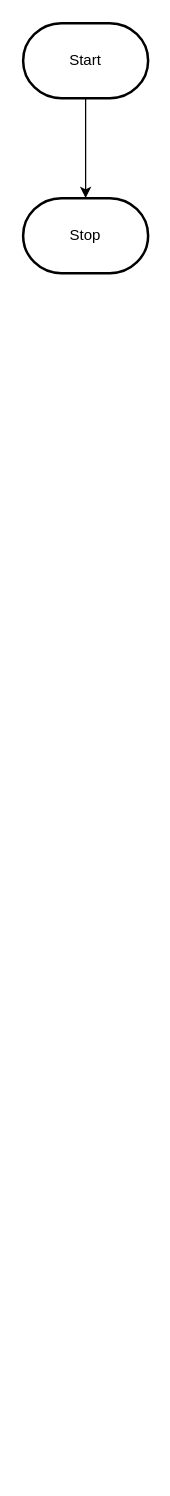
MTHS-TEJ2O-1-2023/TEJ2O-Unit-2-15-Jack-Eddy keeps this draw.io diagram as design/flowchart.drawio. Above is the earlier version. Source tidied: cells renumbered, new cells numbered last; positions are measured from the earlier drawing's top-left corner, leaving out a move shared by most shapes. Both pictures are drawn from the tidied source at 125%, with x=0, y=0 at pixel (22, 22).
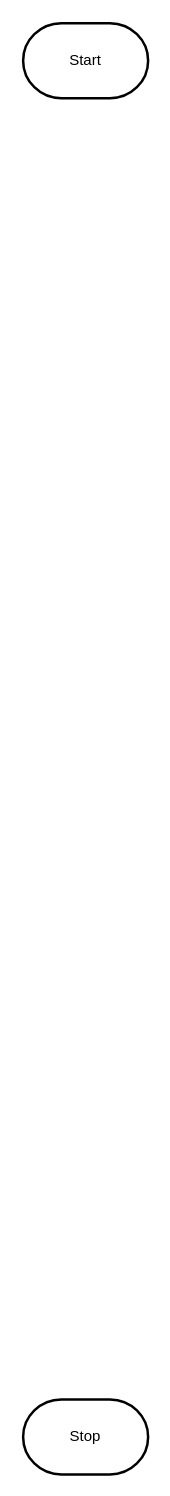
The same diagram, later.

Change to the diagram source:
```diff
@@
 <mxGraphModel>
   <root>
     <mxCell id="0" />
     <mxCell id="1" parent="0" />
-    <mxCell id="2" style="edgeStyle=orthogonalEdgeStyle;html=1;rounded=0;" parent="1" edge="1" source="3" target="4">
-      <mxGeometry relative="1" as="geometry" />
-    </mxCell>
     <mxCell id="3" value="Start" style="strokeWidth=2;html=1;shape=mxgraph.flowchart.terminator;whiteSpace=wrap;" parent="1" vertex="1">
       <mxGeometry width="100" height="60" as="geometry" />
     </mxCell>
     <mxCell id="4" value="Stop" style="strokeWidth=2;html=1;shape=mxgraph.flowchart.terminator;whiteSpace=wrap;" parent="1" vertex="1">
-      <mxGeometry y="140" width="100" height="60" as="geometry" />
+      <mxGeometry y="1101" width="100" height="60" as="geometry" />
     </mxCell>
   </root>
 </mxGraphModel>
```
